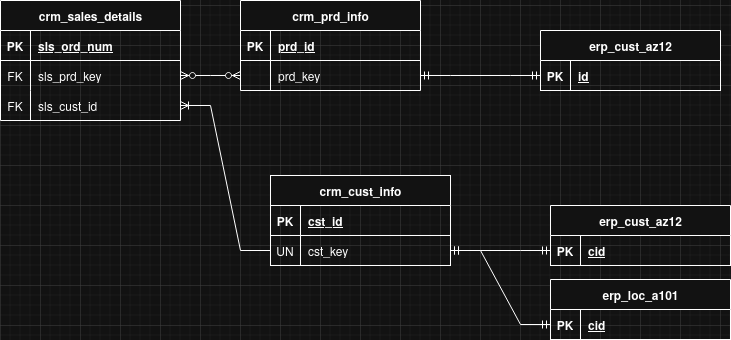
Above: images/entity_relations.png in kz-codes/sql-warehouse (draw.io), before the change. Source tidied: cells renumbered, new cells last; positions are measured from the earlier drawing's top-left corner, leaving out a move shared by most shapes.
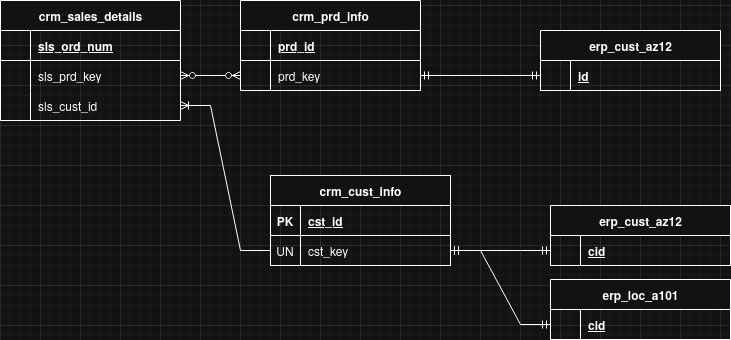
Above is the later version.

What changed in the source:
```diff
@@ -29,7 +29,7 @@
     <mxCell id="10" style="shape=tableRow;horizontal=0;startSize=0;swimlaneHead=0;swimlaneBody=0;fillColor=none;top=0;left=0;right=0;bottom=1;" parent="9" vertex="1">
       <mxGeometry y="30" width="180" height="30" as="geometry" />
     </mxCell>
-    <mxCell id="11" value="PK" style="shape=partialRectangle;fillColor=none;top=0;left=0;bottom=0;right=0;fontStyle=1;overflow=hidden;whiteSpace=wrap;html=1;" parent="10" vertex="1">
+    <mxCell id="11" style="shape=partialRectangle;fillColor=none;top=0;left=0;bottom=0;right=0;fontStyle=1;overflow=hidden;whiteSpace=wrap;html=1;" parent="10" vertex="1">
       <mxGeometry width="30" height="30" as="geometry" />
     </mxCell>
     <mxCell id="12" value="prd_id" style="shape=partialRectangle;fillColor=none;top=0;left=0;bottom=0;right=0;align=left;spacingLeft=6;fontStyle=5;overflow=hidden;whiteSpace=wrap;html=1;" parent="10" vertex="1">
@@ -50,7 +50,7 @@
     <mxCell id="17" style="shape=tableRow;horizontal=0;startSize=0;swimlaneHead=0;swimlaneBody=0;fillColor=none;top=0;left=0;right=0;bottom=1;" parent="16" vertex="1">
       <mxGeometry y="30" width="180" height="30" as="geometry" />
     </mxCell>
-    <mxCell id="18" value="PK" style="shape=partialRectangle;fillColor=none;top=0;left=0;bottom=0;right=0;fontStyle=1;overflow=hidden;whiteSpace=wrap;html=1;" parent="17" vertex="1">
+    <mxCell id="18" style="shape=partialRectangle;fillColor=none;top=0;left=0;bottom=0;right=0;fontStyle=1;overflow=hidden;whiteSpace=wrap;html=1;" parent="17" vertex="1">
       <mxGeometry width="30" height="30" as="geometry" />
     </mxCell>
     <mxCell id="19" value="sls_ord_num" style="shape=partialRectangle;fillColor=none;top=0;left=0;bottom=0;right=0;align=left;spacingLeft=6;fontStyle=5;overflow=hidden;whiteSpace=wrap;html=1;" parent="17" vertex="1">
@@ -59,7 +59,7 @@
     <mxCell id="20" style="shape=tableRow;horizontal=0;startSize=0;swimlaneHead=0;swimlaneBody=0;fillColor=none;points=[[0,0.5],[1,0.5]];portConstraint=eastwest;top=0;left=0;right=0;bottom=0;" parent="16" vertex="1">
       <mxGeometry y="60" width="180" height="30" as="geometry" />
     </mxCell>
-    <mxCell id="21" value="FK" style="shape=partialRectangle;fillColor=none;top=0;left=0;bottom=0;right=0;overflow=hidden;whiteSpace=wrap;html=1;perimeterSpacing=1;sketch=1;curveFitting=1;jiggle=2;" parent="20" vertex="1">
+    <mxCell id="21" style="shape=partialRectangle;fillColor=none;top=0;left=0;bottom=0;right=0;overflow=hidden;whiteSpace=wrap;html=1;perimeterSpacing=1;sketch=1;curveFitting=1;jiggle=2;" parent="20" vertex="1">
       <mxGeometry width="30" height="30" as="geometry" />
     </mxCell>
     <mxCell id="22" value="sls_prd_key" style="shape=partialRectangle;fillColor=none;top=0;left=0;bottom=0;right=0;align=left;spacingLeft=6;overflow=hidden;whiteSpace=wrap;html=1;" parent="20" vertex="1">
@@ -68,7 +68,7 @@
     <mxCell id="23" style="shape=tableRow;horizontal=0;startSize=0;swimlaneHead=0;swimlaneBody=0;fillColor=none;points=[[0,0.5],[1,0.5]];portConstraint=eastwest;top=0;left=0;right=0;bottom=0;" parent="16" vertex="1">
       <mxGeometry y="90" width="180" height="30" as="geometry" />
     </mxCell>
-    <mxCell id="24" value="FK" style="shape=partialRectangle;fillColor=none;top=0;left=0;bottom=0;right=0;overflow=hidden;whiteSpace=wrap;html=1;" parent="23" vertex="1">
+    <mxCell id="24" style="shape=partialRectangle;fillColor=none;top=0;left=0;bottom=0;right=0;overflow=hidden;whiteSpace=wrap;html=1;" parent="23" vertex="1">
       <mxGeometry width="30" height="30" as="geometry" />
     </mxCell>
     <mxCell id="25" value="sls_cust_id" style="shape=partialRectangle;fillColor=none;top=0;left=0;bottom=0;right=0;align=left;spacingLeft=6;overflow=hidden;whiteSpace=wrap;html=1;" parent="23" vertex="1">
@@ -86,7 +86,7 @@
     <mxCell id="29" style="shape=tableRow;horizontal=0;startSize=0;swimlaneHead=0;swimlaneBody=0;fillColor=none;points=[[0,0.5],[1,0.5]];portConstraint=eastwest;top=0;left=0;right=0;bottom=1;" parent="28" vertex="1">
       <mxGeometry y="30" width="180" height="30" as="geometry" />
     </mxCell>
-    <mxCell id="30" value="PK" style="shape=partialRectangle;fillColor=none;top=0;left=0;bottom=0;right=0;fontStyle=1;overflow=hidden;whiteSpace=wrap;html=1;" parent="29" vertex="1">
+    <mxCell id="30" style="shape=partialRectangle;fillColor=none;top=0;left=0;bottom=0;right=0;fontStyle=1;overflow=hidden;whiteSpace=wrap;html=1;" parent="29" vertex="1">
       <mxGeometry width="30" height="30" as="geometry" />
     </mxCell>
     <mxCell id="31" value="cid" style="shape=partialRectangle;fillColor=none;top=0;left=0;bottom=0;right=0;align=left;spacingLeft=6;fontStyle=5;overflow=hidden;whiteSpace=wrap;html=1;" parent="29" vertex="1">
@@ -101,7 +101,7 @@
     <mxCell id="34" style="shape=tableRow;horizontal=0;startSize=0;swimlaneHead=0;swimlaneBody=0;fillColor=none;points=[[0,0.5],[1,0.5]];portConstraint=eastwest;top=0;left=0;right=0;bottom=1;" parent="33" vertex="1">
       <mxGeometry y="30" width="180" height="30" as="geometry" />
     </mxCell>
-    <mxCell id="35" value="PK" style="shape=partialRectangle;fillColor=none;top=0;left=0;bottom=0;right=0;fontStyle=1;overflow=hidden;whiteSpace=wrap;html=1;" parent="34" vertex="1">
+    <mxCell id="35" style="shape=partialRectangle;fillColor=none;top=0;left=0;bottom=0;right=0;fontStyle=1;overflow=hidden;whiteSpace=wrap;html=1;" parent="34" vertex="1">
       <mxGeometry width="30" height="30" as="geometry" />
     </mxCell>
     <mxCell id="36" value="cid" style="shape=partialRectangle;fillColor=none;top=0;left=0;bottom=0;right=0;align=left;spacingLeft=6;fontStyle=5;overflow=hidden;whiteSpace=wrap;html=1;" parent="34" vertex="1">
@@ -116,7 +116,7 @@
     <mxCell id="39" style="shape=tableRow;horizontal=0;startSize=0;swimlaneHead=0;swimlaneBody=0;fillColor=none;points=[[0,0.5],[1,0.5]];portConstraint=eastwest;top=0;left=0;right=0;bottom=1;" parent="38" vertex="1">
       <mxGeometry y="30" width="180" height="30" as="geometry" />
     </mxCell>
-    <mxCell id="40" value="PK" style="shape=partialRectangle;fillColor=none;top=0;left=0;bottom=0;right=0;fontStyle=1;overflow=hidden;whiteSpace=wrap;html=1;" parent="39" vertex="1">
+    <mxCell id="40" style="shape=partialRectangle;fillColor=none;top=0;left=0;bottom=0;right=0;fontStyle=1;overflow=hidden;whiteSpace=wrap;html=1;" parent="39" vertex="1">
       <mxGeometry width="30" height="30" as="geometry" />
     </mxCell>
     <mxCell id="41" value="id" style="shape=partialRectangle;fillColor=none;top=0;left=0;bottom=0;right=0;align=left;spacingLeft=6;fontStyle=5;overflow=hidden;whiteSpace=wrap;html=1;" parent="39" vertex="1">
```
